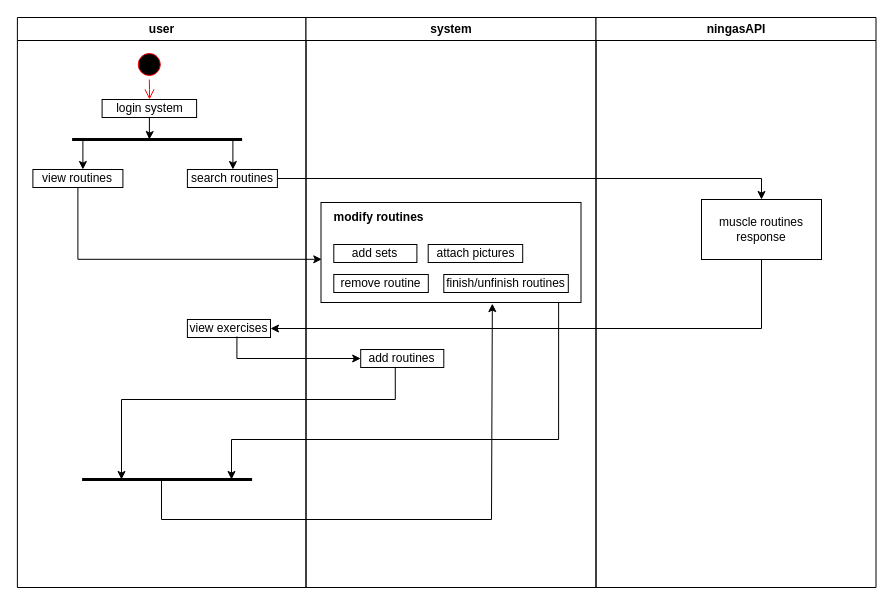
Ebrahim-Ramadan/myfitrainer-app keeps this draw.io diagram as public/Untitled Diagram.drawio. Above is the earlier version. Source tidied: cells renumbered, new cells numbered last; positions are measured from the earlier drawing's top-left corner, leaving out a move shared by most shapes. Both pictures are drawn from the tidied source at 100%, with x=0, y=0 at pixel (17, 17).
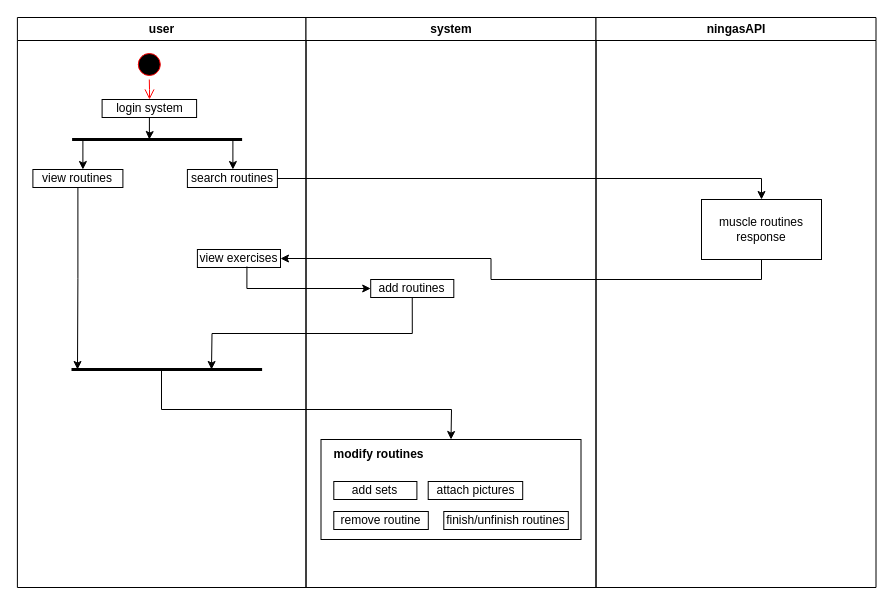
Above is the later version.

Commit message:
Updted activity diagram.drawio

The change refers to these unchanged cells:
```xml
<mxCell id="2" value="user" style="swimlane;whiteSpace=wrap;" parent="1" vertex="1">
  <mxGeometry x="-0.1" width="288.6" height="570" as="geometry" />
</mxCell>
<mxCell id="11" value="view routines" style="rounded=0;whiteSpace=wrap;html=1;" parent="2" vertex="1">
  <mxGeometry x="15.5" y="152" width="90" height="18" as="geometry" />
</mxCell>
```

Change to the diagram source:
```diff
@@
     <mxCell id="12" style="endArrow=none;html=1;rounded=0;strokeWidth=3;" parent="2" edge="1">
       <mxGeometry relative="1" as="geometry">
-        <mxPoint x="64.7" y="462" as="sourcePoint" />
-        <mxPoint x="234.7" y="462" as="targetPoint" />
+        <mxPoint x="54.1" y="352" as="sourcePoint" />
+        <mxPoint x="244.7" y="352" as="targetPoint" />
       </mxGeometry>
     </mxCell>
+    <mxCell id="14" value="system" style="swimlane;whiteSpace=wrap;" parent="1" vertex="1">
+      <mxGeometry x="288.5" width="290" height="570" as="geometry" />
+    </mxCell>
-    <mxCell id="13" value="view exercises" style="rounded=0;whiteSpace=wrap;html=1;" parent="2" vertex="1">
-      <mxGeometry x="170" y="302" width="83.1" height="18" as="geometry" />
+    <mxCell id="13" value="view exercises" style="rounded=0;whiteSpace=wrap;html=1;" parent="14" vertex="1">
+      <mxGeometry x="-108.6" y="232" width="83.1" height="18" as="geometry" />
     </mxCell>
-    <mxCell id="14" value="system" style="swimlane;whiteSpace=wrap;" parent="1" vertex="1">
-      <mxGeometry x="288.5" width="290" height="570" as="geometry" />
-    </mxCell>
-    <mxCell id="15" style="edgeStyle=orthogonalEdgeStyle;rounded=0;jettySize=auto;html=1;exitX=0.914;exitY=1.002;exitDx=0;exitDy=0;exitPerimeter=0;" parent="14" edge="1" source="16">
-      <mxGeometry relative="1" as="geometry">
-        <mxPoint x="-74.5" y="462" as="targetPoint" />
-        <Array as="points">
-          <mxPoint x="253" y="422" />
-          <mxPoint x="-74" y="422" />
-        </Array>
-      </mxGeometry>
-    </mxCell>
+    <mxCell id="31" style="edgeStyle=orthogonalEdgeStyle;rounded=0;jettySize=auto;html=1;exitX=0.5;exitY=1;exitDx=0;exitDy=0;" parent="14" edge="1" source="23">
+      <mxGeometry relative="1" as="geometry">
+        <mxPoint x="-94.5" y="352" as="targetPoint" />
+      </mxGeometry>
+    </mxCell>
+    <mxCell id="23" value="add routines" style="rounded=0;whiteSpace=wrap;html=1;" parent="14" vertex="1">
+      <mxGeometry x="64.7" y="262" width="83.1" height="18" as="geometry" />
+    </mxCell>
+    <mxCell id="29" style="edgeStyle=orthogonalEdgeStyle;rounded=0;jettySize=auto;html=1;entryX=0;entryY=0.5;entryDx=0;entryDy=0;exitX=0.596;exitY=0.944;exitDx=0;exitDy=0;exitPerimeter=0;" parent="14" edge="1" source="13" target="23">
+      <mxGeometry relative="1" as="geometry" />
+    </mxCell>
+    <mxCell id="32" style="group;" parent="14" vertex="1">
+      <mxGeometry x="15" y="422" width="260" height="100" as="geometry" />
+    </mxCell>
-    <mxCell id="16" style="rounded=0;whiteSpace=wrap;html=1;" parent="14" vertex="1">
-      <mxGeometry x="15" y="185" width="260" height="100" as="geometry" />
+    <mxCell id="16" style="rounded=0;whiteSpace=wrap;html=1;" parent="32" vertex="1">
+      <mxGeometry width="260" height="100" as="geometry" />
     </mxCell>
-    <mxCell id="17" value="add sets" style="rounded=0;whiteSpace=wrap;html=1;" parent="14" vertex="1">
-      <mxGeometry x="27.8" y="227" width="83.1" height="18" as="geometry" />
+    <mxCell id="17" value="add sets" style="rounded=0;whiteSpace=wrap;html=1;" parent="32" vertex="1">
+      <mxGeometry x="12.8" y="42" width="83.1" height="18" as="geometry" />
     </mxCell>
-    <mxCell id="18" value="attach pictures" style="rounded=0;whiteSpace=wrap;html=1;" parent="14" vertex="1">
-      <mxGeometry x="122.2" y="227" width="94.5" height="18" as="geometry" />
+    <mxCell id="18" value="attach pictures" style="rounded=0;whiteSpace=wrap;html=1;" parent="32" vertex="1">
+      <mxGeometry x="107.2" y="42" width="94.5" height="18" as="geometry" />
     </mxCell>
-    <mxCell id="19" value="finish/unfinish routines" style="rounded=0;whiteSpace=wrap;html=1;" parent="14" vertex="1">
-      <mxGeometry x="137.8" y="257" width="124.5" height="18" as="geometry" />
+    <mxCell id="19" value="finish/unfinish routines" style="rounded=0;whiteSpace=wrap;html=1;" parent="32" vertex="1">
+      <mxGeometry x="122.8" y="72" width="124.5" height="18" as="geometry" />
     </mxCell>
-    <mxCell id="20" value="remove routine" style="rounded=0;whiteSpace=wrap;html=1;" parent="14" vertex="1">
-      <mxGeometry x="27.8" y="257" width="94.5" height="18" as="geometry" />
+    <mxCell id="20" value="remove routine" style="rounded=0;whiteSpace=wrap;html=1;" parent="32" vertex="1">
+      <mxGeometry x="12.8" y="72" width="94.5" height="18" as="geometry" />
     </mxCell>
-    <mxCell id="21" value="&lt;b&gt;modify routines&lt;/b&gt;" style="text;html=1;align=center;verticalAlign=middle;strokeColor=none;fillColor=none;" parent="14" vertex="1">
-      <mxGeometry x="17.2" y="185" width="110" height="30" as="geometry" />
+    <mxCell id="21" value="&lt;b&gt;modify routines&lt;/b&gt;" style="text;html=1;align=center;verticalAlign=middle;strokeColor=none;fillColor=none;" parent="32" vertex="1">
+      <mxGeometry x="2.2" width="110" height="30" as="geometry" />
     </mxCell>
-    <mxCell id="22" style="edgeStyle=orthogonalEdgeStyle;rounded=0;jettySize=auto;html=1;exitX=0.416;exitY=0.979;exitDx=0;exitDy=0;exitPerimeter=0;" parent="14" edge="1" source="23">
-      <mxGeometry relative="1" as="geometry">
-        <mxPoint x="-184.5" y="462" as="targetPoint" />
-        <Array as="points">
-          <mxPoint x="89" y="382" />
-          <mxPoint x="-184" y="382" />
-        </Array>
-      </mxGeometry>
-    </mxCell>
-    <mxCell id="23" value="add routines" style="rounded=0;whiteSpace=wrap;html=1;" parent="14" vertex="1">
-      <mxGeometry x="54.7" y="332" width="83.1" height="18" as="geometry" />
-    </mxCell>
-    <mxCell id="24" style="endArrow=classic;html=1;rounded=0;entryX=0.659;entryY=1.011;entryDx=0;entryDy=0;entryPerimeter=0;" parent="14" edge="1" target="16">
-      <mxGeometry relative="1" as="geometry">
-        <mxPoint x="-144.5" y="462" as="sourcePoint" />
-        <Array as="points">
-          <mxPoint x="-144.5" y="502" />
-          <mxPoint x="185.5" y="502" />
-        </Array>
-      </mxGeometry>
-    </mxCell>
+    <mxCell id="33" style="endArrow=classic;html=1;rounded=0;entryX=0.5;entryY=0;entryDx=0;entryDy=0;" parent="14" edge="1" target="16">
+      <mxGeometry relative="1" as="geometry">
+        <mxPoint x="-144.5" y="352" as="sourcePoint" />
+        <Array as="points">
+          <mxPoint x="-144.5" y="392" />
+          <mxPoint x="145.5" y="392" />
+        </Array>
+      </mxGeometry>
+    </mxCell>
@@
-    <mxCell id="28" style="edgeStyle=orthogonalEdgeStyle;rounded=0;jettySize=auto;html=1;entryX=0.003;entryY=0.568;entryDx=0;entryDy=0;entryPerimeter=0;exitX=0.5;exitY=1;exitDx=0;exitDy=0;" parent="1" edge="1" source="11" target="16">
-      <mxGeometry relative="1" as="geometry" />
+    <mxCell id="28" style="edgeStyle=orthogonalEdgeStyle;rounded=0;jettySize=auto;html=1;exitX=0.5;exitY=1;exitDx=0;exitDy=0;" parent="1" edge="1" source="11">
+      <mxGeometry relative="1" as="geometry">
+        <mxPoint x="60" y="352" as="targetPoint" />
+      </mxGeometry>
     </mxCell>
-    <mxCell id="29" style="edgeStyle=orthogonalEdgeStyle;rounded=0;jettySize=auto;html=1;entryX=0;entryY=0.5;entryDx=0;entryDy=0;exitX=0.596;exitY=0.944;exitDx=0;exitDy=0;exitPerimeter=0;" parent="1" edge="1" source="13" target="23">
-      <mxGeometry relative="1" as="geometry" />
-    </mxCell>
```
